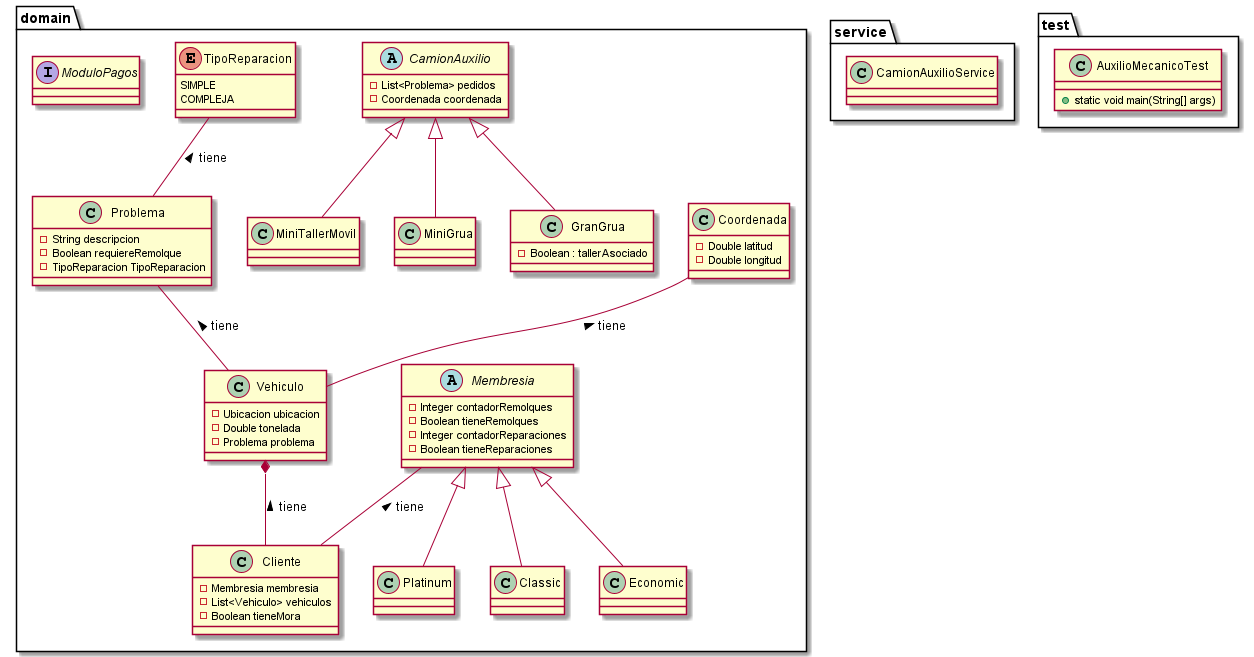
Before: src/doc/auxilio-mecanico-analisis.puml.png, a diagram exported from PlantUML (DrewArg/FinalProgramacionAvanzada). Its source is kept beside it as src/doc/auxilio-mecanico-analisis.puml.
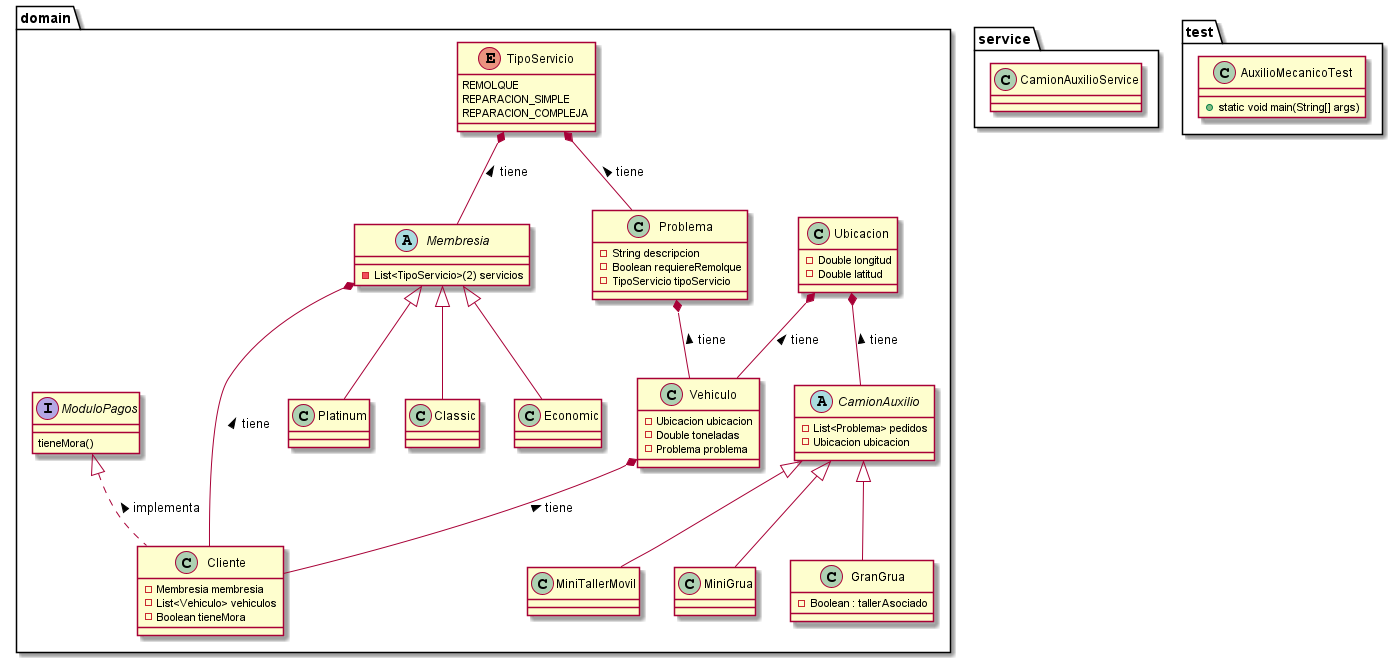
Above is the later version.

What changed in the source:
```diff
@@ -1,6 +1,7 @@
 @startuml final
 
 package domain{
+
     class Cliente{
         - Membresia membresia
         - List<Vehiculo> vehiculos
@@ -8,10 +9,7 @@
     }
 
     abstract class Membresia{
-		- Integer contadorRemolques
-		- Boolean tieneRemolques
-		- Integer contadorReparaciones
-		- Boolean tieneReparaciones
+		- List<TipoServicio>(2) servicios
     }
 
     class Platinum extends Membresia{
@@ -28,19 +26,19 @@
 
     class Vehiculo{
         - Ubicacion ubicacion
-        - Double tonelada
+        - Double toneladas
         - Problema problema
     }
 
-    class Coordenada{
+    class Ubicacion{
+        - Double longitud
         - Double latitud
-        - Double longitud
     }
 
 
     abstract class CamionAuxilio{
         - List<Problema> pedidos
-        - Coordenada coordenada
+        - Ubicacion ubicacion
     }
 
     class MiniTallerMovil extends CamionAuxilio{
@@ -58,25 +56,30 @@
     class Problema{
         - String descripcion
         - Boolean requiereRemolque
-        - TipoReparacion TipoReparacion
+        - TipoServicio tipoServicio
     }
 
-    Enum TipoReparacion{
-		SIMPLE
-		COMPLEJA
+	Enum TipoServicio{
+	REMOLQUE
+	REPARACION_SIMPLE
+	REPARACION_COMPLEJA
+	}
+
+    interface ModuloPagos{
+		tieneMora()
     }
 
-    interface ModuloPagos{
-
-    }
 
 }
 
-Problema        -- Vehiculo : tiene <
-Membresia       -- Cliente  : tiene <
-Vehiculo       *-- Cliente  : tiene <
-TipoReparacion  -- Problema : tiene <
-Coordenada      -- Vehiculo : tiene <
+Problema        *--   Vehiculo       : tiene      <
+Ubicacion       *--   Vehiculo       : tiene      <
+Ubicacion       *--   CamionAuxilio  : tiene      <
+Membresia       *--   Cliente        : tiene      <
+Vehiculo        *--   Cliente        : tiene      <
+ModuloPagos     <|..  Cliente        : implementa <
+TipoServicio    *--   Problema       : tiene      <
+TipoServicio    *--   Membresia      : tiene      <
 
 
 
```
